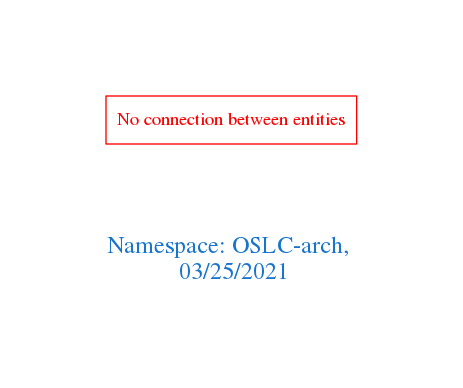
Above: downloads/OSLC-arch.png in arago/OGIT (Graphviz), before the change. Its source is kept beside it as downloads/OSLC-arch.dot.
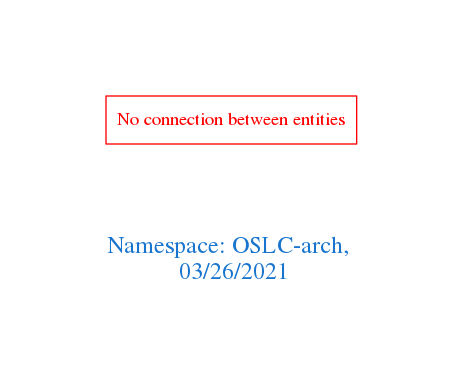
Later version of the same file.

The edit, as a diff of the source:
```diff
@@ -1,7 +1,7 @@
 digraph OGIT_ontology {
  graph [ rankdir= LR,pad=1
 fontsize = 18,
-fontcolor= dodgerblue3,label = "\n\n\nNamespace: OSLC-arch, \n 03/25/2021"];
+fontcolor= dodgerblue3,label = "\n\n\nNamespace: OSLC-arch, \n 03/26/2021"];
 node[shape=polygon];
 edge [  color="gray81"];
 
```
